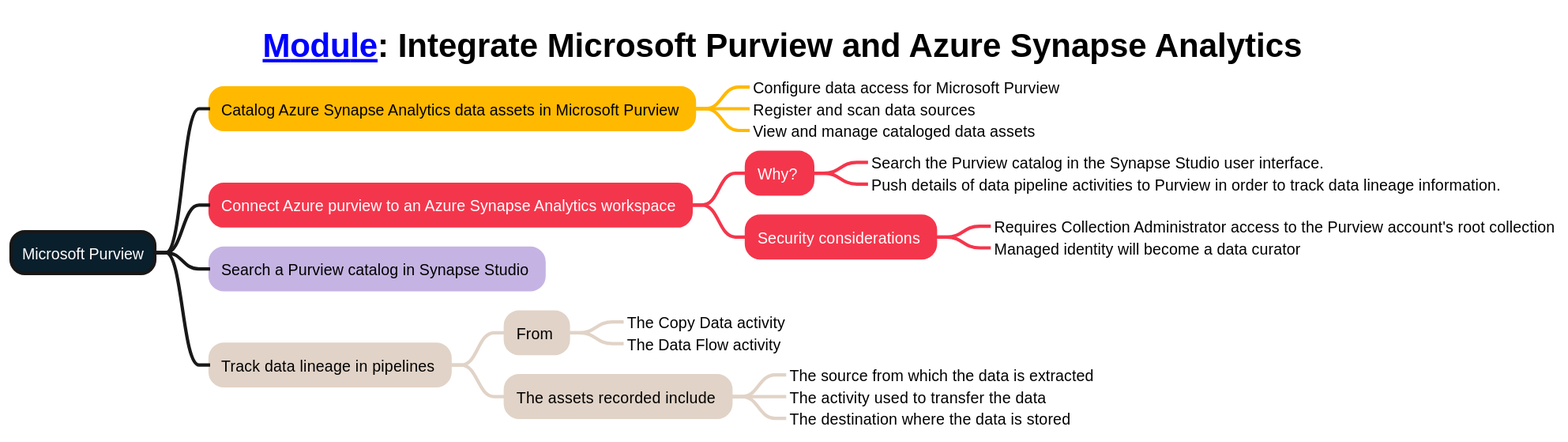
weslbo/dp-203 keeps this PlantUML diagram as mindmaps/21-Integrate Microsoft Purview and Azure Synapse Analytics.svg. Above is the earlier version.
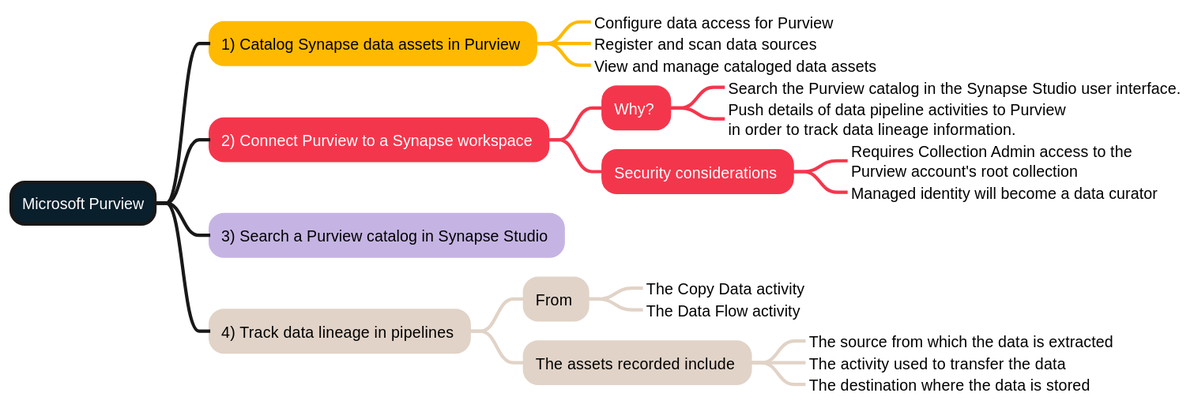
After the commit.

What changed in the source:
```diff
@@ -1,62 +1,55 @@
 @startmindmap
 <style>
-title {
-        FontSize 30
-        FontColor #000000
-    }
-mindmapDiagram {
-    :depth(0) {
-        BackgroundColor #091f2c
-        FontColor #ffffff
-        LineThickness 3.0
-    }
-    .topic1 {
-        BackgroundColor #ffb900
-        LineColor #ffb900
-        LineThickness 3.0
-        FontColor #000000
-    }
-    .topic2 {
-        BackgroundColor #f4364c
-        LineColor #f4364c
-        LineThickness 3.0
-        FontColor #ffffff
-    }
-    .topic3 {
-        BackgroundColor #c5b4e3
-        LineColor #c5b4e3
-        LineThickness 3.0
-        FontColor #000000
-    }
-    .topic4 {
-        BackgroundColor #e1d3c7
-        LineColor #e1d3c7
-        LineThickness 3.0
-        FontColor #000000
-    }
-    .topic5 {
-        BackgroundColor #07641d
-        LineColor #07641d
-        LineThickness 3.0
-        FontColor #ffffff
-    }
+:depth(0) {
+    BackgroundColor #091f2c
+    FontColor #ffffff
+    LineThickness 3.0
+}
+.topic1 {
+    BackgroundColor #ffb900
+    LineColor #ffb900
+    LineThickness 3.0
+    FontColor #000000
+}
+.topic2 {
+    BackgroundColor #f4364c
+    LineColor #f4364c
+    LineThickness 3.0
+    FontColor #ffffff
+}
+.topic3 {
+    BackgroundColor #c5b4e3
+    LineColor #c5b4e3
+    LineThickness 3.0
+    FontColor #000000
+}
+.topic4 {
+    BackgroundColor #e1d3c7
+    LineColor #e1d3c7
+    LineThickness 3.0
+    FontColor #000000
+}
+.topic5 {
+    BackgroundColor #07641d
+    LineColor #07641d
+    LineThickness 3.0
+    FontColor #ffffff
 }
 </style>
-title [[https://learn.microsoft.com/training/modules/integrate-microsoft-purview-azure-synapse-analytics/ Module]]: Integrate Microsoft Purview and Azure Synapse Analytics
 + Microsoft Purview
-++ Catalog Azure Synapse Analytics data assets in Microsoft Purview <<topic1>>
-+++_ Configure data access for Microsoft Purview
+++ 1) Catalog Synapse data assets in Purview <<topic1>>
++++_ Configure data access for Purview
 +++_ Register and scan data sources
 +++_ View and manage cataloged data assets
-++ Connect Azure purview to an Azure Synapse Analytics workspace <<topic2>>
+++ 2) Connect Purview to a Synapse workspace <<topic2>>
 +++ Why? <<topic2>>
 ++++_ Search the Purview catalog in the Synapse Studio user interface.
-++++_ Push details of data pipeline activities to Purview in order to track data lineage information.
+++++_ Push details of data pipeline activities to Purview\nin order to track data lineage information.
 +++ Security considerations <<topic2>>
-++++_ Requires Collection Administrator access to the Purview account's root collection
+++++_ Requires Collection Admin access to the\nPurview account's root collection
 ++++_ Managed identity will become a data curator
-++ Search a Purview catalog in Synapse Studio <<topic3>>
-++ Track data lineage in pipelines <<topic4>>
+++ 3) Search a Purview catalog in Synapse Studio <<topic3>>
+++ 4) Track data lineage in pipelines <<topic4>>
 +++ From <<topic4>>
 ++++_ The Copy Data activity
 ++++_ The Data Flow activity
```
